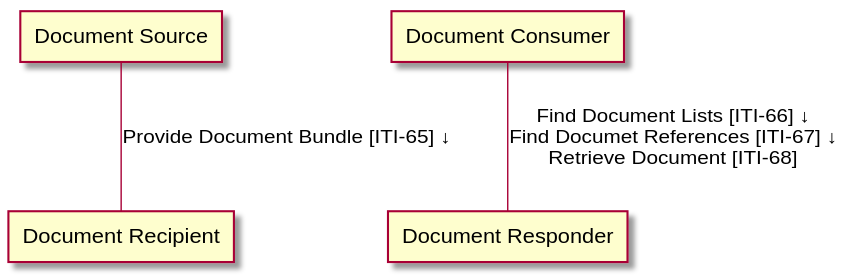
IHE/ITI.MHD keeps this PlantUML diagram as input/images/ActorsAndTransactions.svg. Above is the earlier version.
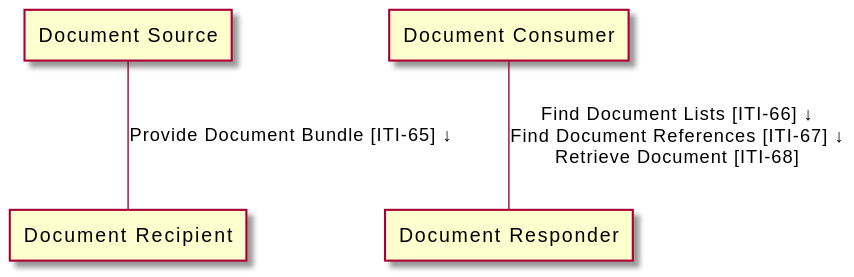
The same file after the commit.

Change to the diagram source:
```diff
@@ -3,6 +3,6 @@
 agent "Document Consumer" as DocumentConsumer
 agent "Document Responder" as DocumentResponder
 agent "Document Recipient" as DocumentRecipient
-DocumentConsumer -- DocumentResponder : "Find Document Lists [ITI-66] ↓\nFind Documet References [ITI-67] ↓\nRetrieve Document [ITI-68]"
+DocumentConsumer -- DocumentResponder : "Find Document Lists [ITI-66] ↓\nFind Document References [ITI-67] ↓\nRetrieve Document [ITI-68]"
 DocumentSource -- DocumentRecipient : "Provide Document Bundle [ITI-65] ↓"
 @enduml
```
